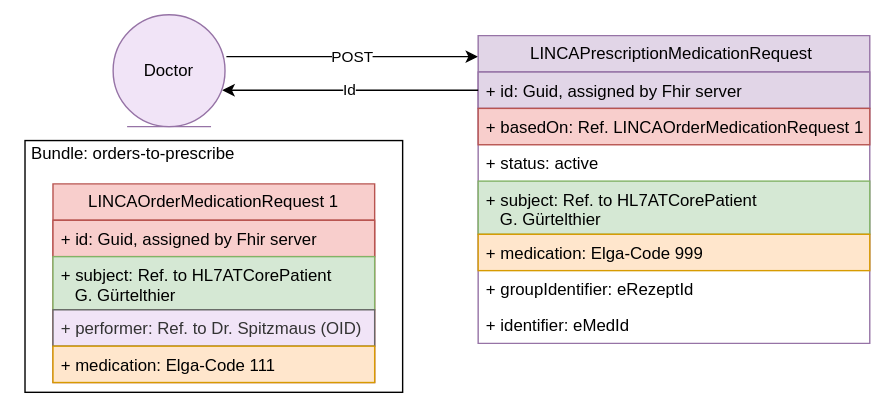
The draw.io diagram r5-LinkedCare-dev/UserStory_011_diagram.svg in HL7Austria/hl7austria.github.io, before a commit. Source tidied: cells renumbered, new cells last; positions are measured from the earlier drawing's top-left corner, leaving out a move shared by most shapes. The source it was exported from:
```xml
<mxGraphModel>
  <root>
    <mxCell id="0" />
    <mxCell id="1" parent="0" />
    <mxCell id="2" style="rounded=0;whiteSpace=wrap;html=1;" parent="1" vertex="1">
      <mxGeometry x="7" y="90" width="270" height="180" as="geometry" />
    </mxCell>
    <mxCell id="3" value="POST" style="endArrow=classic;html=1;rounded=0;" parent="1" edge="1">
      <mxGeometry relative="1" as="geometry">
        <mxPoint x="151" y="30" as="sourcePoint" />
        <mxPoint x="331" y="30" as="targetPoint" />
      </mxGeometry>
    </mxCell>
    <mxCell id="4" value="LINCAPrescriptionMedicationRequest&amp;nbsp;" style="swimlane;fontStyle=0;horizontal=1;startSize=26;fillColor=#e1d5e7;whiteSpace=wrap;html=1;strokeColor=#9673a6;" parent="1" vertex="1">
      <mxGeometry x="331" y="15" width="280" height="220" as="geometry" />
    </mxCell>
    <mxCell id="5" value="+ id: Guid, assigned by Fhir server" style="text;strokeColor=#9673a6;fillColor=#e1d5e7;align=left;verticalAlign=top;spacingLeft=4;spacingRight=4;overflow=hidden;points=[[0,0.5],[1,0.5]];portConstraint=eastwest;whiteSpace=wrap;html=1;" parent="4" vertex="1">
      <mxGeometry y="26" width="280" height="26" as="geometry" />
    </mxCell>
    <mxCell id="6" value="+ basedOn: Ref. LINCAOrderMedicationRequest 1" style="text;strokeColor=#b85450;fillColor=#f8cecc;align=left;verticalAlign=top;spacingLeft=4;spacingRight=4;overflow=hidden;whiteSpace=wrap;html=1;" parent="4" vertex="1">
      <mxGeometry y="52" width="280" height="26" as="geometry" />
    </mxCell>
    <mxCell id="7" value="+ status: active" style="text;align=left;verticalAlign=top;spacingLeft=4;spacingRight=4;overflow=hidden;whiteSpace=wrap;html=1;" parent="4" vertex="1">
      <mxGeometry y="78" width="280" height="26" as="geometry" />
    </mxCell>
    <mxCell id="8" value="+ subject: Ref. to HL7ATCorePatient&amp;nbsp; &lt;br&gt;&amp;nbsp; &amp;nbsp;G. Gürtelthier" style="text;strokeColor=#82b366;fillColor=#d5e8d4;align=left;verticalAlign=top;spacingLeft=4;spacingRight=4;overflow=hidden;whiteSpace=wrap;html=1;" parent="4" vertex="1">
      <mxGeometry y="104" width="280" height="38" as="geometry" />
    </mxCell>
    <mxCell id="9" value="+ medication: Elga-Code 999" style="text;align=left;verticalAlign=top;spacingLeft=4;spacingRight=4;overflow=hidden;whiteSpace=wrap;html=1;fillColor=#ffe6cc;strokeColor=#d79b00;" parent="4" vertex="1">
      <mxGeometry y="142" width="280" height="26" as="geometry" />
    </mxCell>
    <mxCell id="10" value="+ groupIdentifier: eRezeptId" style="text;align=left;verticalAlign=top;spacingLeft=4;spacingRight=4;overflow=hidden;whiteSpace=wrap;html=1;" parent="4" vertex="1">
      <mxGeometry y="168" width="280" height="26" as="geometry" />
    </mxCell>
    <mxCell id="11" value="+ identifier: eMedId" style="text;align=left;verticalAlign=top;spacingLeft=4;spacingRight=4;overflow=hidden;whiteSpace=wrap;html=1;" parent="4" vertex="1">
      <mxGeometry y="194" width="280" height="26" as="geometry" />
    </mxCell>
    <mxCell id="12" value="Id" style="endArrow=classic;html=1;rounded=0;exitX=0;exitY=0.5;exitDx=0;exitDy=0;" parent="1" edge="1" source="5">
      <mxGeometry relative="1" as="geometry">
        <mxPoint x="148" y="54" as="targetPoint" />
      </mxGeometry>
    </mxCell>
    <mxCell id="13" value="LINCAOrderMedicationRequest 1" style="swimlane;fontStyle=0;horizontal=1;startSize=26;fillColor=#f8cecc;whiteSpace=wrap;html=1;strokeColor=#b85450;" parent="1" vertex="1">
      <mxGeometry x="27" y="121" width="230" height="142" as="geometry" />
    </mxCell>
    <mxCell id="14" value="+ id: Guid, assigned by Fhir server" style="text;strokeColor=#b85450;fillColor=#f8cecc;align=left;verticalAlign=top;spacingLeft=4;spacingRight=4;overflow=hidden;whiteSpace=wrap;html=1;" parent="13" vertex="1">
      <mxGeometry y="26" width="230" height="26" as="geometry" />
    </mxCell>
    <mxCell id="15" value="+ subject: Ref. to HL7ATCorePatient&amp;nbsp; &lt;br&gt;&amp;nbsp; &amp;nbsp;G. Gürtelthier" style="text;strokeColor=#82b366;fillColor=#d5e8d4;align=left;verticalAlign=top;spacingLeft=4;spacingRight=4;overflow=hidden;whiteSpace=wrap;html=1;" parent="13" vertex="1">
      <mxGeometry y="52" width="230" height="38" as="geometry" />
    </mxCell>
    <mxCell id="16" value="+ performer: Ref. to Dr. Spitzmaus (OID)" style="text;strokeColor=#666666;fillColor=#F1E4F7;align=left;verticalAlign=top;spacingLeft=4;spacingRight=4;overflow=hidden;whiteSpace=wrap;html=1;fontColor=#333333;" parent="13" vertex="1">
      <mxGeometry y="90" width="230" height="26" as="geometry" />
    </mxCell>
    <mxCell id="17" value="+ medication: Elga-Code 111" style="text;align=left;verticalAlign=top;spacingLeft=4;spacingRight=4;overflow=hidden;whiteSpace=wrap;html=1;fillColor=#ffe6cc;strokeColor=#d79b00;" parent="13" vertex="1">
      <mxGeometry y="116" width="230" height="26" as="geometry" />
    </mxCell>
    <mxCell id="18" value="Bundle: orders-to-prescribe" style="text;html=1;strokeColor=none;fillColor=none;align=center;verticalAlign=middle;whiteSpace=wrap;rounded=0;" parent="1" vertex="1">
      <mxGeometry y="85" width="169" height="30" as="geometry" />
    </mxCell>
    <mxCell id="19" value="Doctor" style="ellipse;shape=umlEntity;whiteSpace=wrap;html=1;fillColor=#F1E4F7;strokeColor=#9673a6;" parent="1" vertex="1">
      <mxGeometry x="70" width="80" height="80" as="geometry" />
    </mxCell>
  </root>
</mxGraphModel>
```
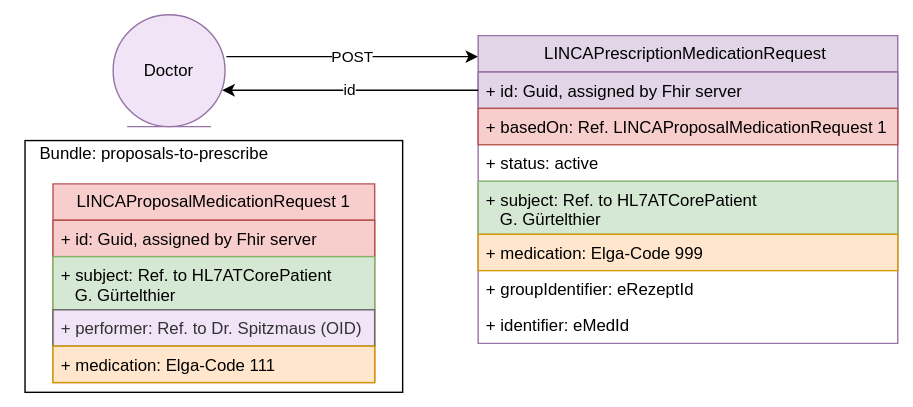
The same diagram one commit later.

The edit, as a diff of the source:
```diff
@@ -12,35 +12,35 @@
       </mxGeometry>
     </mxCell>
     <mxCell id="4" value="LINCAPrescriptionMedicationRequest&amp;nbsp;" style="swimlane;fontStyle=0;horizontal=1;startSize=26;fillColor=#e1d5e7;whiteSpace=wrap;html=1;strokeColor=#9673a6;" parent="1" vertex="1">
-      <mxGeometry x="331" y="15" width="280" height="220" as="geometry" />
+      <mxGeometry x="331" y="15" width="300" height="220" as="geometry" />
     </mxCell>
     <mxCell id="5" value="+ id: Guid, assigned by Fhir server" style="text;strokeColor=#9673a6;fillColor=#e1d5e7;align=left;verticalAlign=top;spacingLeft=4;spacingRight=4;overflow=hidden;points=[[0,0.5],[1,0.5]];portConstraint=eastwest;whiteSpace=wrap;html=1;" parent="4" vertex="1">
-      <mxGeometry y="26" width="280" height="26" as="geometry" />
+      <mxGeometry y="26" width="300" height="26" as="geometry" />
     </mxCell>
-    <mxCell id="6" value="+ basedOn: Ref. LINCAOrderMedicationRequest 1" style="text;strokeColor=#b85450;fillColor=#f8cecc;align=left;verticalAlign=top;spacingLeft=4;spacingRight=4;overflow=hidden;whiteSpace=wrap;html=1;" parent="4" vertex="1">
-      <mxGeometry y="52" width="280" height="26" as="geometry" />
+    <mxCell id="6" value="+ basedOn: Ref. LINCAProposalMedicationRequest 1" style="text;strokeColor=#b85450;fillColor=#f8cecc;align=left;verticalAlign=top;spacingLeft=4;spacingRight=4;overflow=hidden;whiteSpace=wrap;html=1;" parent="4" vertex="1">
+      <mxGeometry y="52" width="300" height="26" as="geometry" />
     </mxCell>
     <mxCell id="7" value="+ status: active" style="text;align=left;verticalAlign=top;spacingLeft=4;spacingRight=4;overflow=hidden;whiteSpace=wrap;html=1;" parent="4" vertex="1">
-      <mxGeometry y="78" width="280" height="26" as="geometry" />
+      <mxGeometry y="78" width="300" height="26" as="geometry" />
     </mxCell>
     <mxCell id="8" value="+ subject: Ref. to HL7ATCorePatient&amp;nbsp; &lt;br&gt;&amp;nbsp; &amp;nbsp;G. Gürtelthier" style="text;strokeColor=#82b366;fillColor=#d5e8d4;align=left;verticalAlign=top;spacingLeft=4;spacingRight=4;overflow=hidden;whiteSpace=wrap;html=1;" parent="4" vertex="1">
-      <mxGeometry y="104" width="280" height="38" as="geometry" />
+      <mxGeometry y="104" width="300" height="38" as="geometry" />
     </mxCell>
     <mxCell id="9" value="+ medication: Elga-Code 999" style="text;align=left;verticalAlign=top;spacingLeft=4;spacingRight=4;overflow=hidden;whiteSpace=wrap;html=1;fillColor=#ffe6cc;strokeColor=#d79b00;" parent="4" vertex="1">
-      <mxGeometry y="142" width="280" height="26" as="geometry" />
+      <mxGeometry y="142" width="300" height="26" as="geometry" />
     </mxCell>
     <mxCell id="10" value="+ groupIdentifier: eRezeptId" style="text;align=left;verticalAlign=top;spacingLeft=4;spacingRight=4;overflow=hidden;whiteSpace=wrap;html=1;" parent="4" vertex="1">
-      <mxGeometry y="168" width="280" height="26" as="geometry" />
+      <mxGeometry y="168" width="300" height="26" as="geometry" />
     </mxCell>
     <mxCell id="11" value="+ identifier: eMedId" style="text;align=left;verticalAlign=top;spacingLeft=4;spacingRight=4;overflow=hidden;whiteSpace=wrap;html=1;" parent="4" vertex="1">
-      <mxGeometry y="194" width="280" height="26" as="geometry" />
+      <mxGeometry y="194" width="300" height="26" as="geometry" />
     </mxCell>
-    <mxCell id="12" value="Id" style="endArrow=classic;html=1;rounded=0;exitX=0;exitY=0.5;exitDx=0;exitDy=0;" parent="1" edge="1" source="5">
+    <mxCell id="12" value="id" style="endArrow=classic;html=1;rounded=0;exitX=0;exitY=0.5;exitDx=0;exitDy=0;" parent="1" edge="1" source="5">
       <mxGeometry relative="1" as="geometry">
         <mxPoint x="148" y="54" as="targetPoint" />
       </mxGeometry>
     </mxCell>
-    <mxCell id="13" value="LINCAOrderMedicationRequest 1" style="swimlane;fontStyle=0;horizontal=1;startSize=26;fillColor=#f8cecc;whiteSpace=wrap;html=1;strokeColor=#b85450;" parent="1" vertex="1">
+    <mxCell id="13" value="LINCAProposalMedicationRequest 1" style="swimlane;fontStyle=0;horizontal=1;startSize=26;fillColor=#f8cecc;whiteSpace=wrap;html=1;strokeColor=#b85450;" parent="1" vertex="1">
       <mxGeometry x="27" y="121" width="230" height="142" as="geometry" />
     </mxCell>
     <mxCell id="14" value="+ id: Guid, assigned by Fhir server" style="text;strokeColor=#b85450;fillColor=#f8cecc;align=left;verticalAlign=top;spacingLeft=4;spacingRight=4;overflow=hidden;whiteSpace=wrap;html=1;" parent="13" vertex="1">
@@ -55,8 +55,8 @@
     <mxCell id="17" value="+ medication: Elga-Code 111" style="text;align=left;verticalAlign=top;spacingLeft=4;spacingRight=4;overflow=hidden;whiteSpace=wrap;html=1;fillColor=#ffe6cc;strokeColor=#d79b00;" parent="13" vertex="1">
       <mxGeometry y="116" width="230" height="26" as="geometry" />
     </mxCell>
-    <mxCell id="18" value="Bundle: orders-to-prescribe" style="text;html=1;strokeColor=none;fillColor=none;align=center;verticalAlign=middle;whiteSpace=wrap;rounded=0;" parent="1" vertex="1">
-      <mxGeometry y="85" width="169" height="30" as="geometry" />
+    <mxCell id="18" value="Bundle: proposals-to-prescribe" style="text;html=1;strokeColor=none;fillColor=none;align=center;verticalAlign=middle;whiteSpace=wrap;rounded=0;" parent="1" vertex="1">
+      <mxGeometry y="85" width="199" height="30" as="geometry" />
     </mxCell>
     <mxCell id="19" value="Doctor" style="ellipse;shape=umlEntity;whiteSpace=wrap;html=1;fillColor=#F1E4F7;strokeColor=#9673a6;" parent="1" vertex="1">
       <mxGeometry x="70" width="80" height="80" as="geometry" />
```
